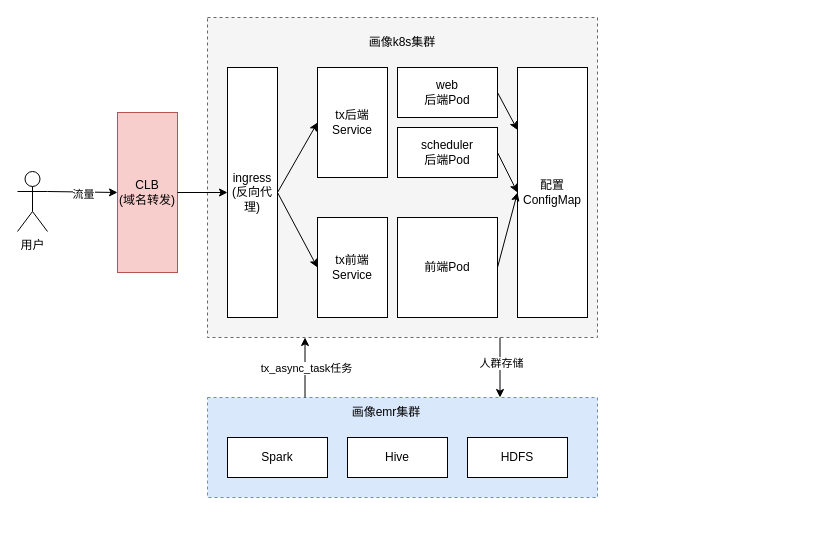
Earlier version of the draw.io diagram tx_cloud_architecture.drawio (learn2Pro/draw_io_save). Source tidied: cells renumbered, new cells numbered last; positions are measured from the earlier drawing's top-left corner, leaving out a move shared by most shapes. Both pictures are drawn from the tidied source at 100%, with x=0, y=0 at pixel (17, 17).
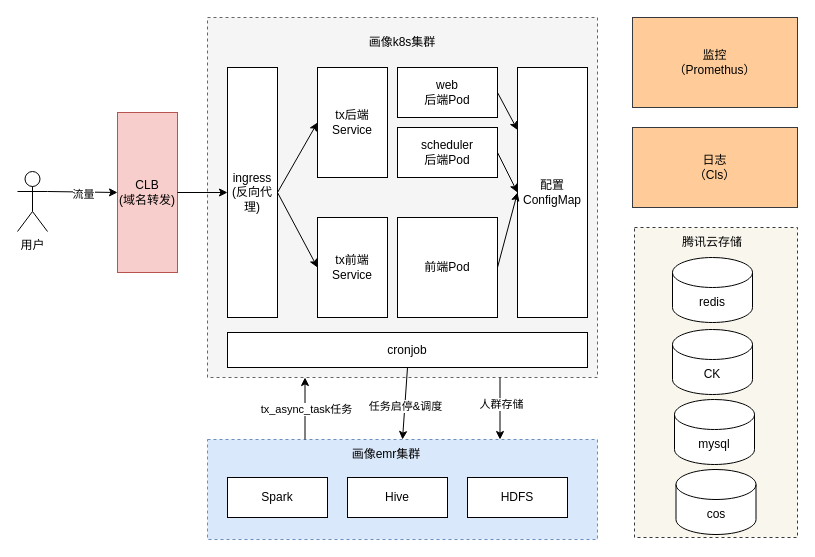
After the change.

Change to the diagram source:
```diff
@@
     <mxCell id="6" style="rounded=0;whiteSpace=wrap;html=1;dashed=1;fillColor=#f5f5f5;fontColor=#333333;strokeColor=#666666;" parent="1" vertex="1">
-      <mxGeometry x="190" width="390" height="320" as="geometry" />
+      <mxGeometry x="190" width="390" height="360" as="geometry" />
     </mxCell>
@@
     <mxCell id="8" style="rounded=0;whiteSpace=wrap;html=1;dashed=1;fillColor=#dae8fc;strokeColor=#6c8ebf;" parent="1" vertex="1">
-      <mxGeometry x="190" y="380" width="390" height="100" as="geometry" />
+      <mxGeometry x="190" y="422" width="390" height="100" as="geometry" />
     </mxCell>
     <mxCell id="9" value="画像emr集群" style="text;html=1;strokeColor=none;fillColor=none;align=center;verticalAlign=middle;whiteSpace=wrap;rounded=0;dashed=1;" parent="1" vertex="1">
-      <mxGeometry x="324" y="380" width="90" height="30" as="geometry" />
+      <mxGeometry x="324" y="422" width="90" height="30" as="geometry" />
     </mxCell>
     <mxCell id="10" value="Spark" style="rounded=0;whiteSpace=wrap;html=1;" parent="1" vertex="1">
-      <mxGeometry x="210" y="420" width="100" height="40" as="geometry" />
+      <mxGeometry x="210" y="460" width="100" height="40" as="geometry" />
     </mxCell>
     <mxCell id="11" value="Hive" style="rounded=0;whiteSpace=wrap;html=1;" parent="1" vertex="1">
-      <mxGeometry x="330" y="420" width="100" height="40" as="geometry" />
+      <mxGeometry x="330" y="460" width="100" height="40" as="geometry" />
     </mxCell>
     <mxCell id="12" value="HDFS" style="rounded=0;whiteSpace=wrap;html=1;" parent="1" vertex="1">
-      <mxGeometry x="450" y="420" width="100" height="40" as="geometry" />
+      <mxGeometry x="450" y="460" width="100" height="40" as="geometry" />
     </mxCell>
@@
+    <mxCell id="30" style="rounded=0;whiteSpace=wrap;html=1;dashed=1;fillColor=#f9f7ed;strokeColor=#36393d;" parent="1" vertex="1">
+      <mxGeometry x="617" y="210" width="163" height="310" as="geometry" />
+    </mxCell>
+    <mxCell id="31" value="腾讯云存储" style="text;html=1;strokeColor=none;fillColor=none;align=center;verticalAlign=middle;whiteSpace=wrap;rounded=0;" parent="1" vertex="1">
+      <mxGeometry x="640" y="210" width="110" height="30" as="geometry" />
+    </mxCell>
+    <mxCell id="32" value="mysql" style="shape=cylinder3;whiteSpace=wrap;html=1;boundedLbl=1;backgroundOutline=1;size=15;" parent="1" vertex="1">
+      <mxGeometry x="657" y="382" width="80" height="65" as="geometry" />
+    </mxCell>
+    <mxCell id="33" value="cos" style="shape=cylinder3;whiteSpace=wrap;html=1;boundedLbl=1;backgroundOutline=1;size=15;" parent="1" vertex="1">
+      <mxGeometry x="658.5" y="452" width="80" height="65" as="geometry" />
+    </mxCell>
+    <mxCell id="34" value="CK" style="shape=cylinder3;whiteSpace=wrap;html=1;boundedLbl=1;backgroundOutline=1;size=15;" parent="1" vertex="1">
+      <mxGeometry x="655" y="312" width="80" height="65" as="geometry" />
+    </mxCell>
+    <mxCell id="35" value="redis" style="shape=cylinder3;whiteSpace=wrap;html=1;boundedLbl=1;backgroundOutline=1;size=15;" parent="1" vertex="1">
+      <mxGeometry x="655" y="240" width="80" height="65" as="geometry" />
+    </mxCell>
+    <mxCell id="36" value="监控&lt;br&gt;（Promethus）" style="rounded=0;whiteSpace=wrap;html=1;fillColor=#ffcc99;strokeColor=#36393d;" parent="1" vertex="1">
+      <mxGeometry x="615" width="165" height="90" as="geometry" />
+    </mxCell>
+    <mxCell id="37" value="日志&lt;br&gt;（Cls）" style="rounded=0;whiteSpace=wrap;html=1;fillColor=#ffcc99;strokeColor=#36393d;" parent="1" vertex="1">
+      <mxGeometry x="615" y="110" width="165" height="80" as="geometry" />
+    </mxCell>
+    <mxCell id="38" value="cronjob" style="rounded=0;whiteSpace=wrap;html=1;" parent="1" vertex="1">
+      <mxGeometry x="210" y="315" width="360" height="35" as="geometry" />
+    </mxCell>
+    <mxCell id="39" style="endArrow=classic;html=1;rounded=0;exitX=0.5;exitY=1;exitDx=0;exitDy=0;entryX=0.5;entryY=0;entryDx=0;entryDy=0;" parent="1" edge="1" source="38" target="8">
+      <mxGeometry relative="1" as="geometry" />
+    </mxCell>
+    <mxCell id="40" value="任务启停&amp;amp;调度" style="edgeLabel;html=1;align=center;verticalAlign=middle;" parent="39" vertex="1">
+      <mxGeometry x="0.07" relative="1" as="geometry" />
+    </mxCell>
```
